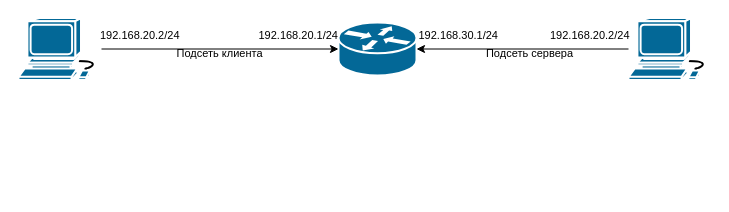
Before: Диаграмма без названия.drawio in mikhaildotk/draw.io, a draw.io diagram. Source tidied: cells renumbered, new cells numbered last; positions are measured from the earlier drawing's top-left corner, leaving out a move shared by most shapes. Both pictures are drawn from the tidied source at 100%, with x=0, y=0 at pixel (18, 18).
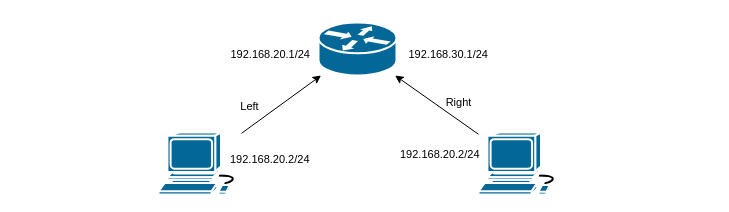
The same page after the edit.

What changed in the source:
```diff
@@
 <mxGraphModel>
   <root>
     <mxCell id="0" />
     <mxCell id="1" parent="0" />
     <mxCell id="2" style="shape=mxgraph.cisco.routers.router;sketch=0;html=1;dashed=0;fillColor=#036897;strokeColor=#ffffff;strokeWidth=2;verticalLabelPosition=bottom;verticalAlign=top;align=center;outlineConnect=0;" parent="1" vertex="1">
-      <mxGeometry x="320" y="4" width="78" height="53" as="geometry" />
+      <mxGeometry x="300" y="4" width="78" height="53" as="geometry" />
     </mxCell>
     <mxCell id="3" style="shape=mxgraph.cisco.computers_and_peripherals.workstation;sketch=0;html=1;dashed=0;fillColor=#036897;strokeColor=#ffffff;strokeWidth=2;verticalLabelPosition=bottom;verticalAlign=top;align=center;outlineConnect=0;" parent="1" vertex="1">
-      <mxGeometry y="-0.5" width="83" height="62" as="geometry" />
+      <mxGeometry x="140" y="114" width="83" height="62" as="geometry" />
     </mxCell>
     <mxCell id="4" style="shape=mxgraph.cisco.computers_and_peripherals.workstation;sketch=0;html=1;dashed=0;fillColor=#036897;strokeColor=#ffffff;strokeWidth=2;verticalLabelPosition=bottom;verticalAlign=top;align=center;outlineConnect=0;" parent="1" vertex="1">
-      <mxGeometry x="610" y="-0.5" width="83" height="62" as="geometry" />
+      <mxGeometry x="460" y="114" width="83" height="62" as="geometry" />
     </mxCell>
     <mxCell id="5" style="endArrow=classic;html=1;rounded=0;" parent="1" edge="1" source="3" target="2">
       <mxGeometry relative="1" as="geometry" />
     </mxCell>
     <mxCell id="6" value="&lt;div&gt;192.168.20.2/24&lt;/div&gt;" style="edgeLabel;html=1;align=left;verticalAlign=bottom;labelBackgroundColor=none;" parent="5" vertex="1">
       <mxGeometry x="-1" relative="1" as="geometry">
-        <mxPoint x="-3" y="-6" as="offset" />
+        <mxPoint x="-13" y="34" as="offset" />
       </mxGeometry>
     </mxCell>
     <mxCell id="7" value="&lt;div&gt;192.168.20.1/24&lt;/div&gt;" style="edgeLabel;html=1;align=right;verticalAlign=bottom;labelBackgroundColor=none;" parent="5" vertex="1">
       <mxGeometry x="1" relative="1" as="geometry">
-        <mxPoint y="-6" as="offset" />
+        <mxPoint x="-10" y="-13" as="offset" />
       </mxGeometry>
     </mxCell>
-    <mxCell id="8" value="Подсеть клиента" style="edgeLabel;html=1;align=center;verticalAlign=middle;labelBackgroundColor=none;" parent="5" vertex="1">
+    <mxCell id="8" value="Left" style="edgeLabel;html=1;align=center;verticalAlign=middle;labelBackgroundColor=none;" parent="5" vertex="1">
       <mxGeometry x="-0.02" y="-3" relative="1" as="geometry">
-        <mxPoint x="1" y="1" as="offset" />
+        <mxPoint x="-33" y="-2" as="offset" />
       </mxGeometry>
     </mxCell>
     <mxCell id="9" style="endArrow=classic;html=1;rounded=0;startFill=1;" parent="1" edge="1" source="4" target="2">
       <mxGeometry relative="1" as="geometry" />
     </mxCell>
-    <mxCell id="10" value="&lt;div&gt;192.168.20.2/24&lt;/div&gt;" style="edgeLabel;html=1;align=left;verticalAlign=bottom;" parent="9" vertex="1">
+    <mxCell id="10" value="&lt;div&gt;192.168.20.2/24&lt;/div&gt;" style="edgeLabel;html=1;align=left;verticalAlign=bottom;labelBackgroundColor=none;" parent="9" vertex="1">
       <mxGeometry x="-1" relative="1" as="geometry">
-        <mxPoint x="-80" y="-6" as="offset" />
+        <mxPoint x="-80" y="28" as="offset" />
       </mxGeometry>
     </mxCell>
     <mxCell id="11" value="&lt;div&gt;192.168.30.1/24&lt;/div&gt;" style="edgeLabel;html=1;align=right;verticalAlign=bottom;labelBackgroundColor=none;" parent="9" vertex="1">
       <mxGeometry x="1" relative="1" as="geometry">
-        <mxPoint x="82" y="-6" as="offset" />
+        <mxPoint x="93" y="-13" as="offset" />
       </mxGeometry>
     </mxCell>
-    <mxCell id="12" value="Подсеть сервера" style="edgeLabel;html=1;align=center;verticalAlign=middle;labelBackgroundColor=none;" parent="9" vertex="1">
+    <mxCell id="12" value="Right" style="edgeLabel;html=1;align=center;verticalAlign=middle;labelBackgroundColor=none;" parent="9" vertex="1">
       <mxGeometry x="-0.01" y="2" relative="1" as="geometry">
-        <mxPoint x="5" y="2" as="offset" />
+        <mxPoint x="22" y="-5" as="offset" />
       </mxGeometry>
     </mxCell>
   </root>
 </mxGraphModel>
```
